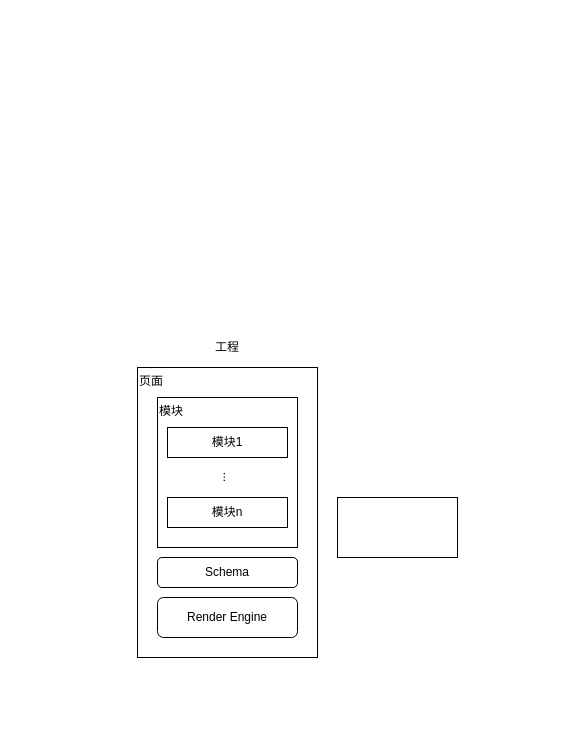
Earlier version of the draw.io diagram 架构图.drawio (xiazhiqiang/diagrams). Source tidied: cells renumbered, new cells numbered last; positions are measured from the earlier drawing's top-left corner, leaving out a move shared by most shapes. Both pictures are drawn from the tidied source at 100%, with x=0, y=0 at pixel (137, 337).
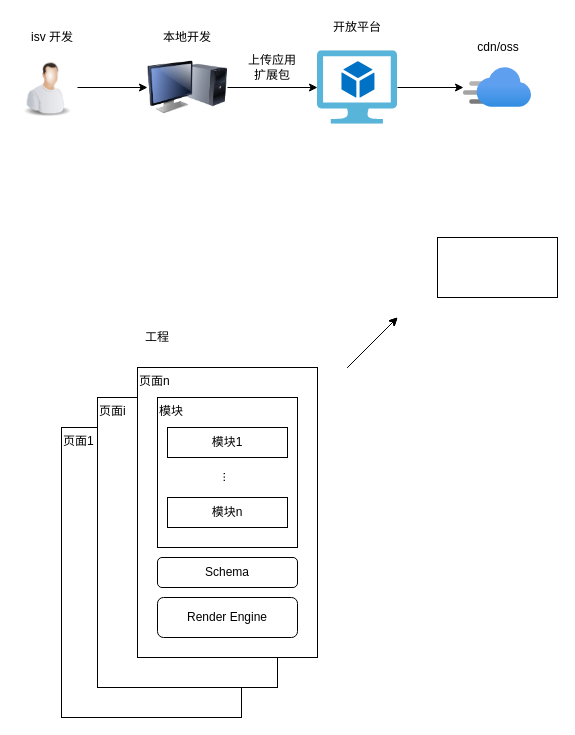
The same diagram, later.

Commit message:
更新架构图.drawio

The edit, as a diff of the source:
```diff
@@
+    <mxCell id="11" value="页面1" style="rounded=0;whiteSpace=wrap;html=1;align=left;verticalAlign=top;" parent="1" vertex="1">
+      <mxGeometry x="-76" y="90" width="180" height="290" as="geometry" />
+    </mxCell>
+    <mxCell id="12" value="页面i" style="rounded=0;whiteSpace=wrap;html=1;align=left;verticalAlign=top;" parent="1" vertex="1">
+      <mxGeometry x="-40" y="60" width="180" height="290" as="geometry" />
+    </mxCell>
-    <mxCell id="2" value="页面" style="rounded=0;whiteSpace=wrap;html=1;align=left;verticalAlign=top;" parent="1" vertex="1">
+    <mxCell id="2" value="页面n" style="rounded=0;whiteSpace=wrap;html=1;align=left;verticalAlign=top;" parent="1" vertex="1">
       <mxGeometry y="30" width="180" height="290" as="geometry" />
     </mxCell>
@@
     <mxCell id="4" value="工程" style="text;html=1;strokeColor=none;fillColor=none;align=center;verticalAlign=middle;whiteSpace=wrap;rounded=0;" parent="1" vertex="1">
-      <mxGeometry x="70" width="40" height="20" as="geometry" />
+      <mxGeometry y="-10" width="40" height="20" as="geometry" />
     </mxCell>
@@
     <mxCell id="10" style="rounded=0;whiteSpace=wrap;html=1;" parent="1" vertex="1">
-      <mxGeometry x="200" y="160" width="120" height="60" as="geometry" />
+      <mxGeometry x="300" y="-100" width="120" height="60" as="geometry" />
     </mxCell>
+    <mxCell id="13" value="开放平台" style="text;html=1;strokeColor=none;fillColor=none;align=center;verticalAlign=middle;whiteSpace=wrap;rounded=0;" parent="1" vertex="1">
+      <mxGeometry x="185" y="-320" width="70" height="20" as="geometry" />
+    </mxCell>
+    <mxCell id="14" style="edgeStyle=orthogonalEdgeStyle;rounded=0;jettySize=auto;html=1;" parent="1" edge="1" source="15" target="25">
+      <mxGeometry relative="1" as="geometry" />
+    </mxCell>
+    <mxCell id="15" style="html=1;points=[];align=center;image;fontSize=12;image=img/lib/mscae/Virtual_Machine_2.svg;" parent="1" vertex="1">
+      <mxGeometry x="180" y="-286.8" width="80" height="73.6" as="geometry" />
+    </mxCell>
+    <mxCell id="16" style="edgeStyle=orthogonalEdgeStyle;rounded=0;jettySize=auto;html=1;exitX=1;exitY=0.5;exitDx=0;exitDy=0;entryX=0;entryY=0.5;entryDx=0;entryDy=0;" parent="1" edge="1" source="17" target="20">
+      <mxGeometry relative="1" as="geometry" />
+    </mxCell>
+    <mxCell id="17" style="image;html=1;image=img/lib/clip_art/people/Worker_Man_128x128.png;" parent="1" vertex="1">
+      <mxGeometry x="-120" y="-280" width="60" height="60" as="geometry" />
+    </mxCell>
+    <mxCell id="18" value="isv 开发" style="text;html=1;strokeColor=none;fillColor=none;align=center;verticalAlign=middle;whiteSpace=wrap;rounded=0;" parent="1" vertex="1">
+      <mxGeometry x="-120" y="-310" width="70" height="20" as="geometry" />
+    </mxCell>
+    <mxCell id="19" style="edgeStyle=orthogonalEdgeStyle;rounded=0;jettySize=auto;html=1;exitX=1;exitY=0.5;exitDx=0;exitDy=0;" parent="1" edge="1" source="20" target="15">
+      <mxGeometry relative="1" as="geometry" />
+    </mxCell>
+    <mxCell id="20" style="image;html=1;image=img/lib/clip_art/computers/Monitor_Tower_128x128.png;" parent="1" vertex="1">
+      <mxGeometry x="10" y="-290" width="80" height="80" as="geometry" />
+    </mxCell>
+    <mxCell id="21" value="本地开发" style="text;html=1;strokeColor=none;fillColor=none;align=center;verticalAlign=middle;whiteSpace=wrap;rounded=0;" parent="1" vertex="1">
+      <mxGeometry x="15" y="-310" width="70" height="20" as="geometry" />
+    </mxCell>
+    <mxCell id="22" style="endArrow=classic;html=1;" parent="1" edge="1">
+      <mxGeometry relative="1" as="geometry">
+        <mxPoint x="210" y="30" as="sourcePoint" />
+        <mxPoint x="260" y="-20" as="targetPoint" />
+      </mxGeometry>
+    </mxCell>
+    <mxCell id="23" style="endArrow=classic;html=1;" parent="1" edge="1">
+      <mxGeometry relative="1" as="geometry">
+        <mxPoint x="210" y="30" as="sourcePoint" />
+        <mxPoint x="260" y="-20" as="targetPoint" />
+      </mxGeometry>
+    </mxCell>
+    <mxCell id="24" value="上传应用&lt;br&gt;扩展包" style="text;html=1;strokeColor=none;fillColor=none;align=center;verticalAlign=middle;whiteSpace=wrap;rounded=0;" parent="1" vertex="1">
+      <mxGeometry x="100" y="-280" width="70" height="20" as="geometry" />
+    </mxCell>
+    <mxCell id="25" style="html=1;points=[];align=center;image;fontSize=12;image=img/lib/azure2/app_services/CDN_Profiles.svg;" parent="1" vertex="1">
+      <mxGeometry x="326" y="-270" width="68" height="40" as="geometry" />
+    </mxCell>
+    <mxCell id="26" style="endArrow=classic;html=1;" parent="1" edge="1">
+      <mxGeometry relative="1" as="geometry">
+        <mxPoint x="210" y="30" as="sourcePoint" />
+        <mxPoint x="260" y="-20" as="targetPoint" />
+      </mxGeometry>
+    </mxCell>
+    <mxCell id="27" value="cdn/oss" style="text;html=1;strokeColor=none;fillColor=none;align=center;verticalAlign=middle;whiteSpace=wrap;rounded=0;" parent="1" vertex="1">
+      <mxGeometry x="326" y="-300" width="70" height="20" as="geometry" />
+    </mxCell>
```
